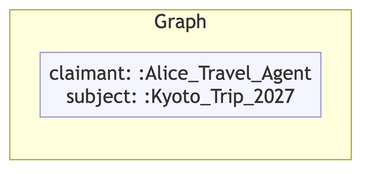
Before: example/graphs/images/graph-70.png, a diagram exported from Mermaid (MeeFoundation/mia-ontologies). Its source is kept beside it as example/graphs/images/graph-70.mmd.
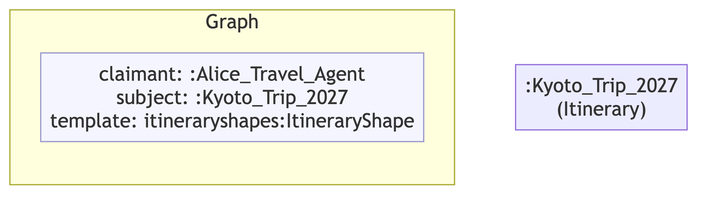
The same diagram one commit later.

Diff of the diagram source:
```diff
@@ -6,5 +6,7 @@
 
     subgraph ctx["Graph"]
         direction LR
-        ctx_meta["claimant: :Alice_Travel_Agent\nsubject: :Kyoto_Trip_2027"]:::meta
+        ctx_meta["claimant: :Alice_Travel_Agent\nsubject: :Kyoto_Trip_2027\ntemplate: itineraryshapes:ItineraryShape"]:::meta
     end
+
+    nd86bc17c484e[":Kyoto_Trip_2027\n(Itinerary)"]
```
